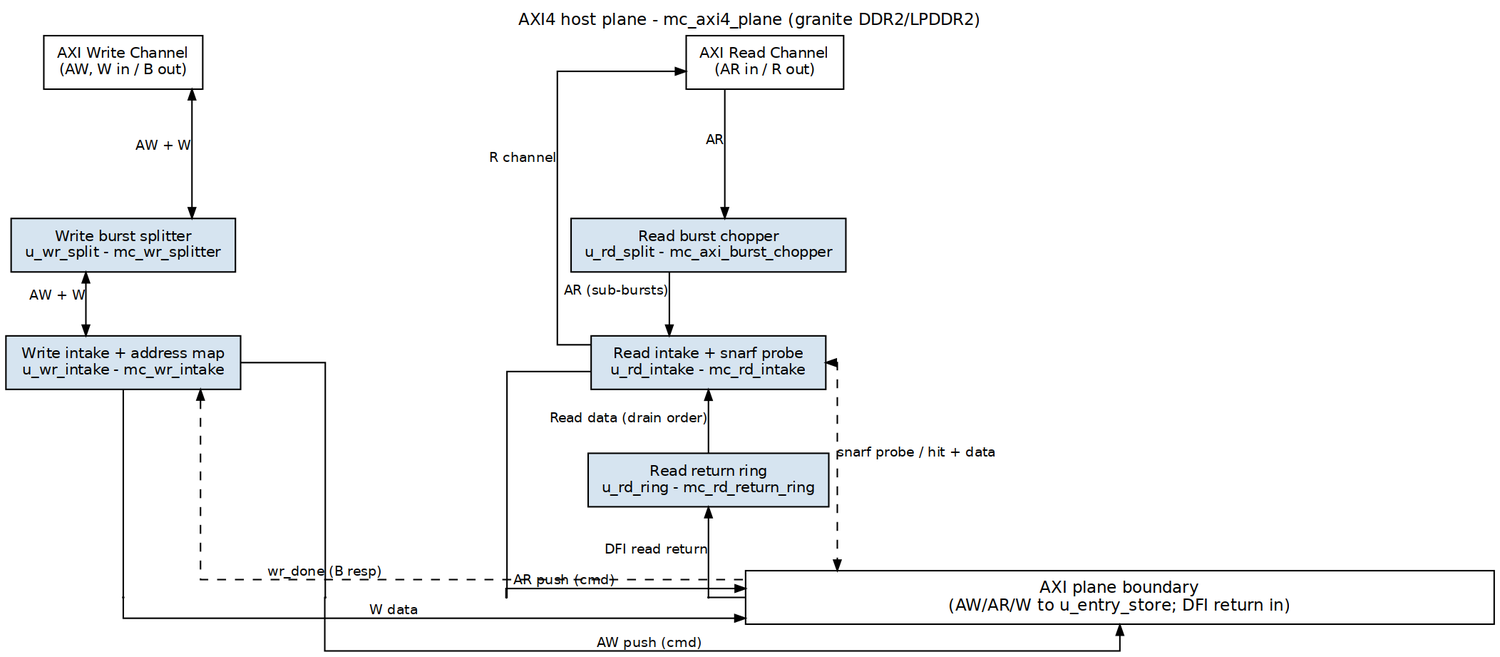
This is vault/tracking/projects/components/mem-ctrl-ip/assets/mc003/axi_plane_blocks.png from sean-galloway/RTLDesignSherpa, a Graphviz export, as it was before one commit. Its source is kept beside it as vault/tracking/projects/components/mem-ctrl-ip/assets/mc003/axi_plane_blocks.dot. The source it was exported from:
```dot
digraph axi_plane_blocks {
    graph [rankdir=TB, bgcolor="white", fontname="Helvetica", fontsize=11,
           nodesep="0.35", ranksep="0.60", splines=ortho,
           label="AXI4 host plane - mc_axi4_plane (granite DDR2/LPDDR2)",
           labelloc=t, labeljust=c];
    node  [fontname="Helvetica", fontsize=10, shape=box, style=filled,
           fillcolor="#D6E4F0", color="black", margin="0.12,0.06"];
    edge  [fontname="Helvetica", fontsize=9, color="black", arrowsize=0.7];

    axi_wr [label="AXI Write Channel\n(AW, W in / B out)", fillcolor="white", group=W];
    axi_rd [label="AXI Read Channel\n(AR in / R out)", fillcolor="white", group=R];

    wr_split  [label="Write burst splitter\nu_wr_split - mc_wr_splitter", group=W, width=2.1];
    wr_intake [label="Write intake + address map\nu_wr_intake - mc_wr_intake", group=W, width=2.2];
    rd_split  [label="Read burst chopper\nu_rd_split - mc_axi_burst_chopper", group=R, width=2.1];
    rd_intake [label="Read intake + snarf probe\nu_rd_intake - mc_rd_intake", group=R, width=2.2];
    rd_ring   [label="Read return ring\nu_rd_ring - mc_rd_return_ring", group=R, width=2.2];

    bar [label="AXI plane boundary\n(AW/AR/W to u_entry_store; DFI return in)",
         fillcolor="white", rank=sink, width=7.0, fontsize=11, group=C];

    p_wd [shape=point, width=0.01, group=W];
    p_aw [shape=point, width=0.01, group=C];
    p_ar [shape=point, width=0.01, group=C];
    p_rd [shape=point, width=0.01, group=R];
    sp1 [style=invis, fixedsize=true, width=1.2, height=0.02, label=""];
    sp2 [style=invis, fixedsize=true, width=1.0, height=0.02, label=""];
    sp3 [style=invis, fixedsize=true, width=1.2, height=0.02, label=""];

    axi_wr -> wr_split [dir=both, xlabel="AW + W"];
    wr_split -> wr_intake [dir=both, xlabel="AW + W"];
    wr_intake -> p_aw [dir=none, headclip=false];
    p_aw -> bar [xlabel="AW push (cmd)", tailclip=false];
    wr_intake -> p_wd [dir=none, headclip=false];
    p_wd -> bar [xlabel="W data", tailclip=false];

    axi_rd -> rd_split [xlabel="AR"];
    rd_split -> rd_intake [xlabel="AR (sub-bursts)"];
    rd_intake -> p_ar [dir=none, headclip=false];
    p_ar -> bar [xlabel="AR push (cmd)", tailclip=false];

    axi_rd -> rd_intake [dir=back, xlabel="R channel"];
    rd_intake -> rd_ring [dir=back, xlabel="Read data (drain order)"];
    rd_ring -> p_rd [dir=back, xlabel="DFI read return", headclip=false];
    p_rd -> bar [dir=none, tailclip=false];

    wr_intake -> bar [dir=back, style=dashed, constraint=false, xlabel="wr_done (B resp)"];

    rd_intake -> bar [style=dashed, dir=both, constraint=false, xlabel="snarf probe / hit + data"];

    { rank=same; p_wd; sp1; p_aw; sp2; p_ar; sp3; p_rd; bar; }
    p_wd -> sp1 -> p_aw -> sp2 -> p_ar -> sp3 -> p_rd [style=invis];

    { rank=same; axi_wr; axi_rd; }
    axi_wr -> axi_rd [style=invis];

    { rank=same; wr_split; rd_split; }
    wr_split -> rd_split [style=invis];

    { rank=same; wr_intake; rd_intake; }
    wr_intake -> rd_intake [style=invis];

    c0 [shape=point, style=invis, width=0.01, group=C];
    c1 [shape=point, style=invis, width=0.01, group=C];
    axi_wr -> c0 -> wr_split -> wr_intake -> p_aw [style=invis, weight=10];
    axi_rd -> c1 -> rd_split -> rd_intake -> p_ar [style=invis, weight=10];
}
```
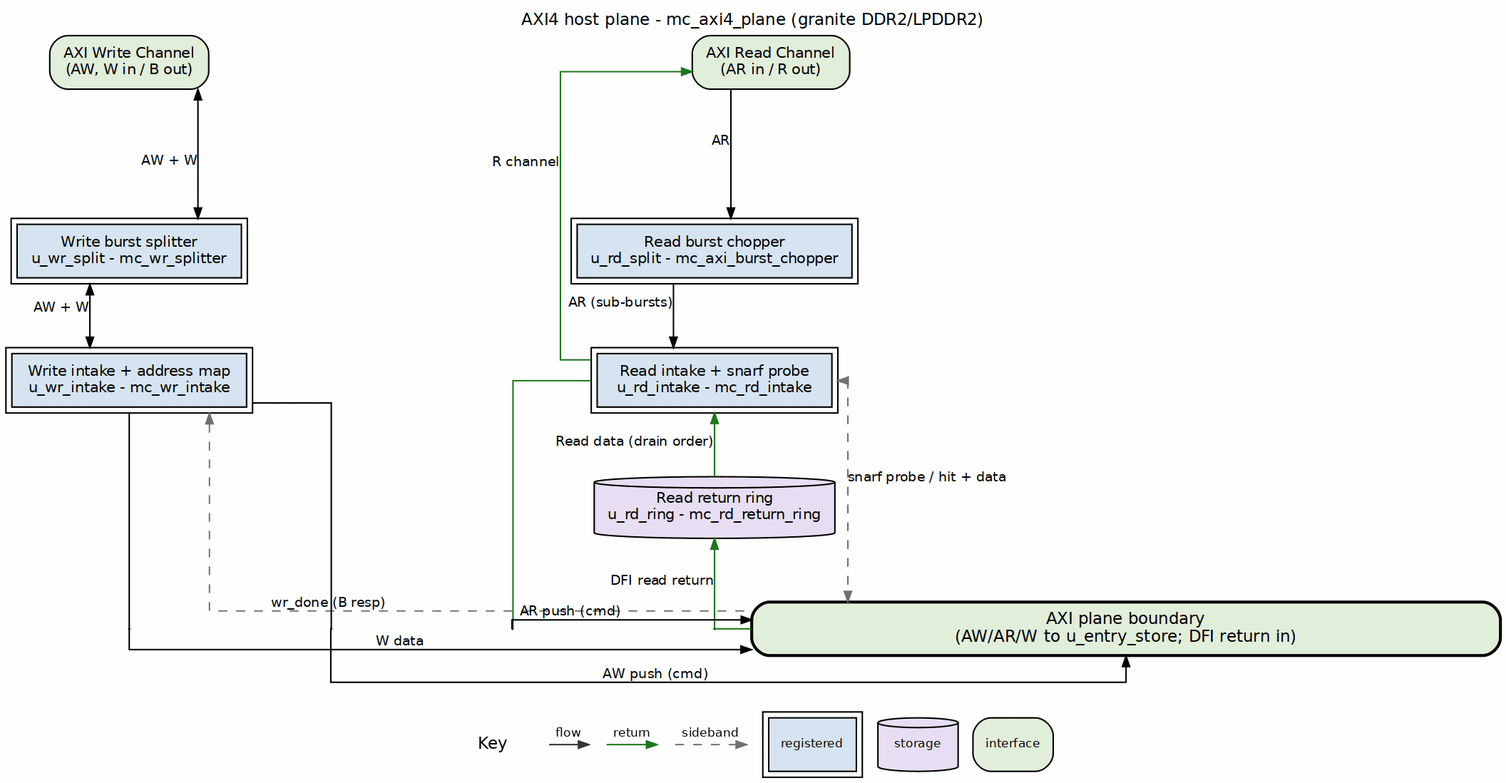
The same file after the commit.

Change to the diagram source:
```diff
@@ -4,20 +4,20 @@
            label="AXI4 host plane - mc_axi4_plane (granite DDR2/LPDDR2)",
            labelloc=t, labeljust=c];
     node  [fontname="Helvetica", fontsize=10, shape=box, style=filled,
-           fillcolor="#D6E4F0", color="black", margin="0.12,0.06"];
+           fillcolor="white", color="black", margin="0.12,0.06"];
     edge  [fontname="Helvetica", fontsize=9, color="black", arrowsize=0.7];
 
-    axi_wr [label="AXI Write Channel\n(AW, W in / B out)", fillcolor="white", group=W];
-    axi_rd [label="AXI Read Channel\n(AR in / R out)", fillcolor="white", group=R];
+    axi_wr [label="AXI Write Channel\n(AW, W in / B out)", fillcolor="white", group=W, style="rounded,filled", fillcolor="#E2EFDA"];
+    axi_rd [label="AXI Read Channel\n(AR in / R out)", fillcolor="white", group=R, style="rounded,filled", fillcolor="#E2EFDA"];
 
-    wr_split  [label="Write burst splitter\nu_wr_split - mc_wr_splitter", group=W, width=2.1];
-    wr_intake [label="Write intake + address map\nu_wr_intake - mc_wr_intake", group=W, width=2.2];
-    rd_split  [label="Read burst chopper\nu_rd_split - mc_axi_burst_chopper", group=R, width=2.1];
-    rd_intake [label="Read intake + snarf probe\nu_rd_intake - mc_rd_intake", group=R, width=2.2];
-    rd_ring   [label="Read return ring\nu_rd_ring - mc_rd_return_ring", group=R, width=2.2];
+    wr_split  [label="Write burst splitter\nu_wr_split - mc_wr_splitter", group=W, width=2.1, peripheries=2, style="filled", fillcolor="#D6E4F0"];
+    wr_intake [label="Write intake + address map\nu_wr_intake - mc_wr_intake", group=W, width=2.2, peripheries=2, style="filled", fillcolor="#D6E4F0"];
+    rd_split  [label="Read burst chopper\nu_rd_split - mc_axi_burst_chopper", group=R, width=2.1, peripheries=2, style="filled", fillcolor="#D6E4F0"];
+    rd_intake [label="Read intake + snarf probe\nu_rd_intake - mc_rd_intake", group=R, width=2.2, peripheries=2, style="filled", fillcolor="#D6E4F0"];
+    rd_ring   [label="Read return ring\nu_rd_ring - mc_rd_return_ring", group=R, width=2.2, shape=cylinder, style="filled", fillcolor="#E8DFF5"];
 
     bar [label="AXI plane boundary\n(AW/AR/W to u_entry_store; DFI return in)",
-         fillcolor="white", rank=sink, width=7.0, fontsize=11, group=C];
+         fillcolor="white", rank=sink, width=7.0, fontsize=11, group=C, style="rounded,filled,bold", fillcolor="#E2EFDA"];
 
     p_wd [shape=point, width=0.01, group=W];
     p_aw [shape=point, width=0.01, group=C];
@@ -36,17 +36,17 @@
 
     axi_rd -> rd_split [xlabel="AR"];
     rd_split -> rd_intake [xlabel="AR (sub-bursts)"];
-    rd_intake -> p_ar [dir=none, headclip=false];
+    rd_intake -> p_ar [color="#1A7A1A", dir=none, headclip=false];
     p_ar -> bar [xlabel="AR push (cmd)", tailclip=false];
 
-    axi_rd -> rd_intake [dir=back, xlabel="R channel"];
-    rd_intake -> rd_ring [dir=back, xlabel="Read data (drain order)"];
-    rd_ring -> p_rd [dir=back, xlabel="DFI read return", headclip=false];
-    p_rd -> bar [dir=none, tailclip=false];
+    axi_rd -> rd_intake [color="#1A7A1A", dir=back, xlabel="R channel"];
+    rd_intake -> rd_ring [color="#1A7A1A", dir=back, xlabel="Read data (drain order)"];
+    rd_ring -> p_rd [color="#1A7A1A", dir=back, xlabel="DFI read return", headclip=false];
+    p_rd -> bar [color="#1A7A1A", dir=none, tailclip=false];
 
-    wr_intake -> bar [dir=back, style=dashed, constraint=false, xlabel="wr_done (B resp)"];
+    wr_intake -> bar [dir=back, style=dashed, color="#777777", constraint=false, xlabel="wr_done (B resp)"];
 
-    rd_intake -> bar [style=dashed, dir=both, constraint=false, xlabel="snarf probe / hit + data"];
+    rd_intake -> bar [style=dashed, color="#777777", dir=both, constraint=false, xlabel="snarf probe / hit + data"];
 
     { rank=same; p_wd; sp1; p_aw; sp2; p_ar; sp3; p_rd; bar; }
     p_wd -> sp1 -> p_aw -> sp2 -> p_ar -> sp3 -> p_rd [style=invis];
```
